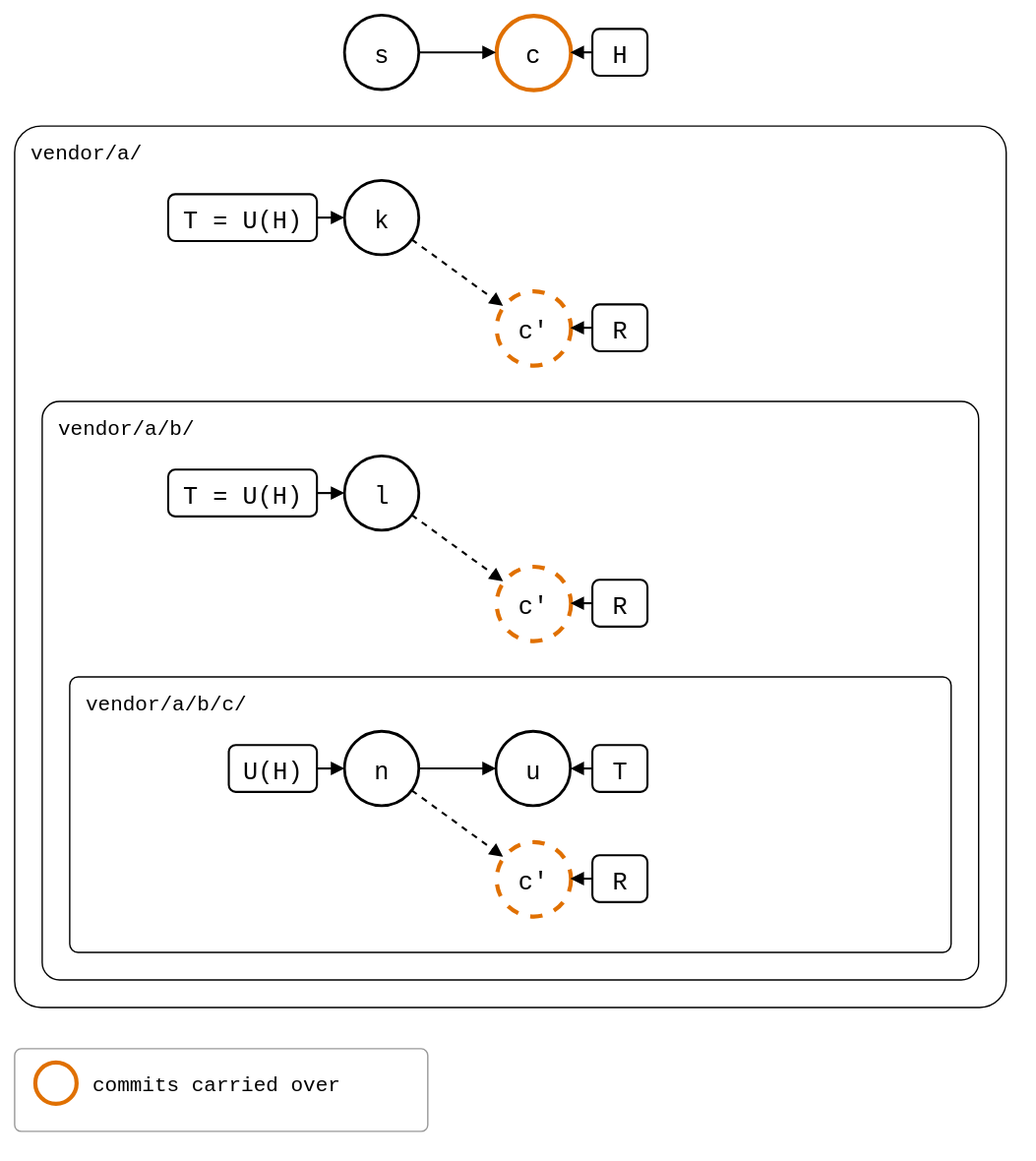
Before: docs/09-scenarios/05-nested-splices/01-nested-splices/02-three-levels/levels-before.drawio.svg, a diagram exported from draw.io (roschaefer/git-splice). Source tidied: cells renumbered, new cells last; positions are measured from the earlier drawing's top-left corner, leaving out a move shared by most shapes.
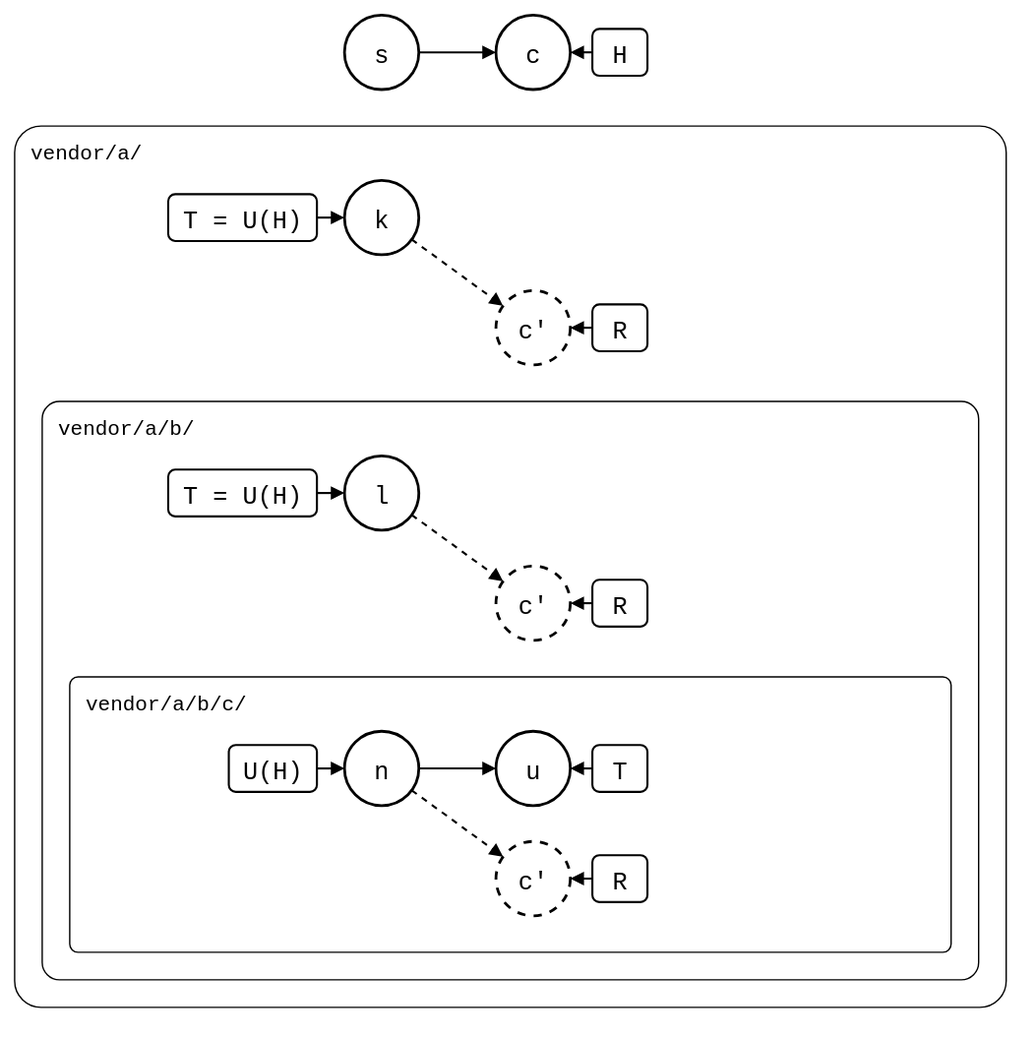
Above is the later version.

Commit message:
docs(scenarios): follow the pulled commit out through the levels in blue

Diff of the diagram source:
```diff
@@ -14,7 +14,7 @@
     <mxCell id="5" value="s" style="ellipse;strokeWidth=2;fontSize=18;fontFamily=Roboto Mono,monospace;" parent="1" vertex="1">
       <mxGeometry x="240" width="54" height="54" as="geometry" />
     </mxCell>
-    <mxCell id="6" value="c" style="ellipse;strokeWidth=2;fontSize=18;fontFamily=Roboto Mono,monospace;strokeColor=#E07000;strokeWidth=3;" parent="1" vertex="1">
+    <mxCell id="6" value="c" style="ellipse;strokeWidth=2;fontSize=18;fontFamily=Roboto Mono,monospace;" parent="1" vertex="1">
       <mxGeometry x="350" width="54" height="54" as="geometry" />
     </mxCell>
     <mxCell id="7" style="endArrow=block;endFill=1;html=1;strokeWidth=1.5;rounded=0;" parent="1" edge="1" source="5" target="6">
@@ -29,7 +29,7 @@
     <mxCell id="10" value="k" style="ellipse;strokeWidth=2;fontSize=18;fontFamily=Roboto Mono,monospace;" parent="1" vertex="1">
       <mxGeometry x="240" y="120" width="54" height="54" as="geometry" />
     </mxCell>
-    <mxCell id="11" value="c'" style="ellipse;strokeWidth=2;fontSize=18;fontFamily=Roboto Mono,monospace;dashed=1;strokeColor=#E07000;strokeWidth=3;" parent="1" vertex="1">
+    <mxCell id="11" value="c'" style="ellipse;strokeWidth=2;fontSize=18;fontFamily=Roboto Mono,monospace;dashed=1;" parent="1" vertex="1">
       <mxGeometry x="350" y="200" width="54" height="54" as="geometry" />
     </mxCell>
     <mxCell id="12" style="endArrow=block;endFill=1;html=1;strokeWidth=1.5;rounded=0;dashed=1;" parent="1" edge="1" source="10" target="11">
@@ -38,7 +38,7 @@
     <mxCell id="13" value="l" style="ellipse;strokeWidth=2;fontSize=18;fontFamily=Roboto Mono,monospace;" parent="1" vertex="1">
       <mxGeometry x="240" y="320" width="54" height="54" as="geometry" />
     </mxCell>
-    <mxCell id="14" value="c'" style="ellipse;strokeWidth=2;fontSize=18;fontFamily=Roboto Mono,monospace;dashed=1;strokeColor=#E07000;strokeWidth=3;" parent="1" vertex="1">
+    <mxCell id="14" value="c'" style="ellipse;strokeWidth=2;fontSize=18;fontFamily=Roboto Mono,monospace;dashed=1;" parent="1" vertex="1">
       <mxGeometry x="350" y="400" width="54" height="54" as="geometry" />
     </mxCell>
     <mxCell id="15" style="endArrow=block;endFill=1;html=1;strokeWidth=1.5;rounded=0;dashed=1;" parent="1" edge="1" source="13" target="14">
@@ -53,7 +53,7 @@
     <mxCell id="18" style="endArrow=block;endFill=1;html=1;strokeWidth=1.5;rounded=0;" parent="1" edge="1" source="16" target="17">
       <mxGeometry relative="1" as="geometry" />
     </mxCell>
-    <mxCell id="19" value="c'" style="ellipse;strokeWidth=2;fontSize=18;fontFamily=Roboto Mono,monospace;dashed=1;strokeColor=#E07000;strokeWidth=3;" parent="1" vertex="1">
+    <mxCell id="19" value="c'" style="ellipse;strokeWidth=2;fontSize=18;fontFamily=Roboto Mono,monospace;dashed=1;" parent="1" vertex="1">
       <mxGeometry x="350" y="600" width="54" height="54" as="geometry" />
     </mxCell>
     <mxCell id="20" style="endArrow=block;endFill=1;html=1;strokeWidth=1.5;rounded=0;dashed=1;" parent="1" edge="1" source="16" target="19">
@@ -101,14 +101,5 @@
     <mxCell id="34" style="endArrow=block;endFill=1;html=1;strokeWidth=1.5;rounded=0;" parent="1" edge="1" source="33" target="19">
       <mxGeometry relative="1" as="geometry" />
     </mxCell>
-    <mxCell id="35" style="rounded=1;arcSize=8;fillColor=none;strokeColor=#999999;strokeWidth=1;legend=1;" parent="1" vertex="1">
-      <mxGeometry y="750" width="300" height="60" as="geometry" />
-    </mxCell>
-    <mxCell id="36" style="ellipse;fontSize=13;fontFamily=Roboto Mono,monospace;strokeWidth=2;strokeColor=#E07000;strokeWidth=3;" parent="35" vertex="1">
-      <mxGeometry x="15" y="10" width="30" height="30" as="geometry" />
-    </mxCell>
-    <mxCell id="37" value="commits carried over" style="text;align=left;verticalAlign=middle;fontSize=15;fontFamily=Roboto Mono,monospace;" parent="35" vertex="1">
-      <mxGeometry x="55" y="10" width="240" height="30" as="geometry" />
-    </mxCell>
   </root>
 </mxGraphModel>
```
